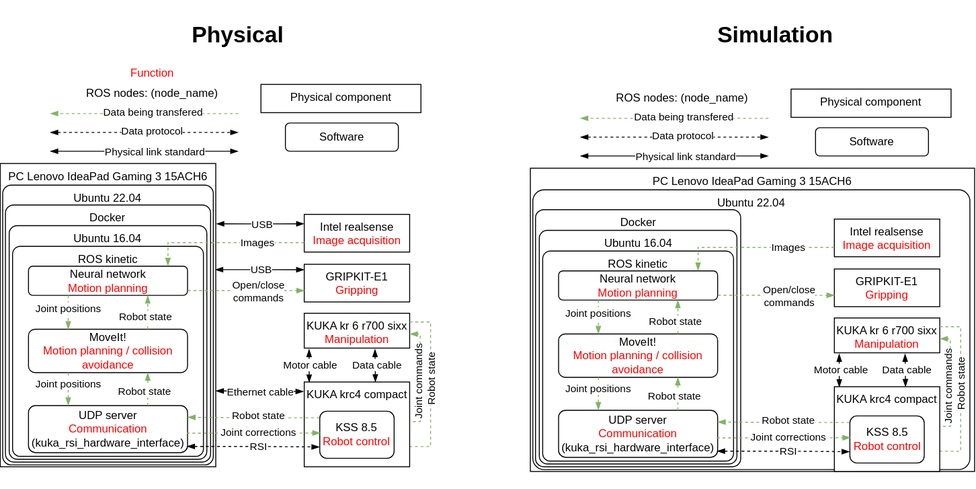
Above: system_architecture.drawio.svg in kasperfg16/p8_sewbot (draw.io), before the change. Source tidied: cells renumbered, new cells last; positions are measured from the earlier drawing's top-left corner, leaving out a move shared by most shapes.
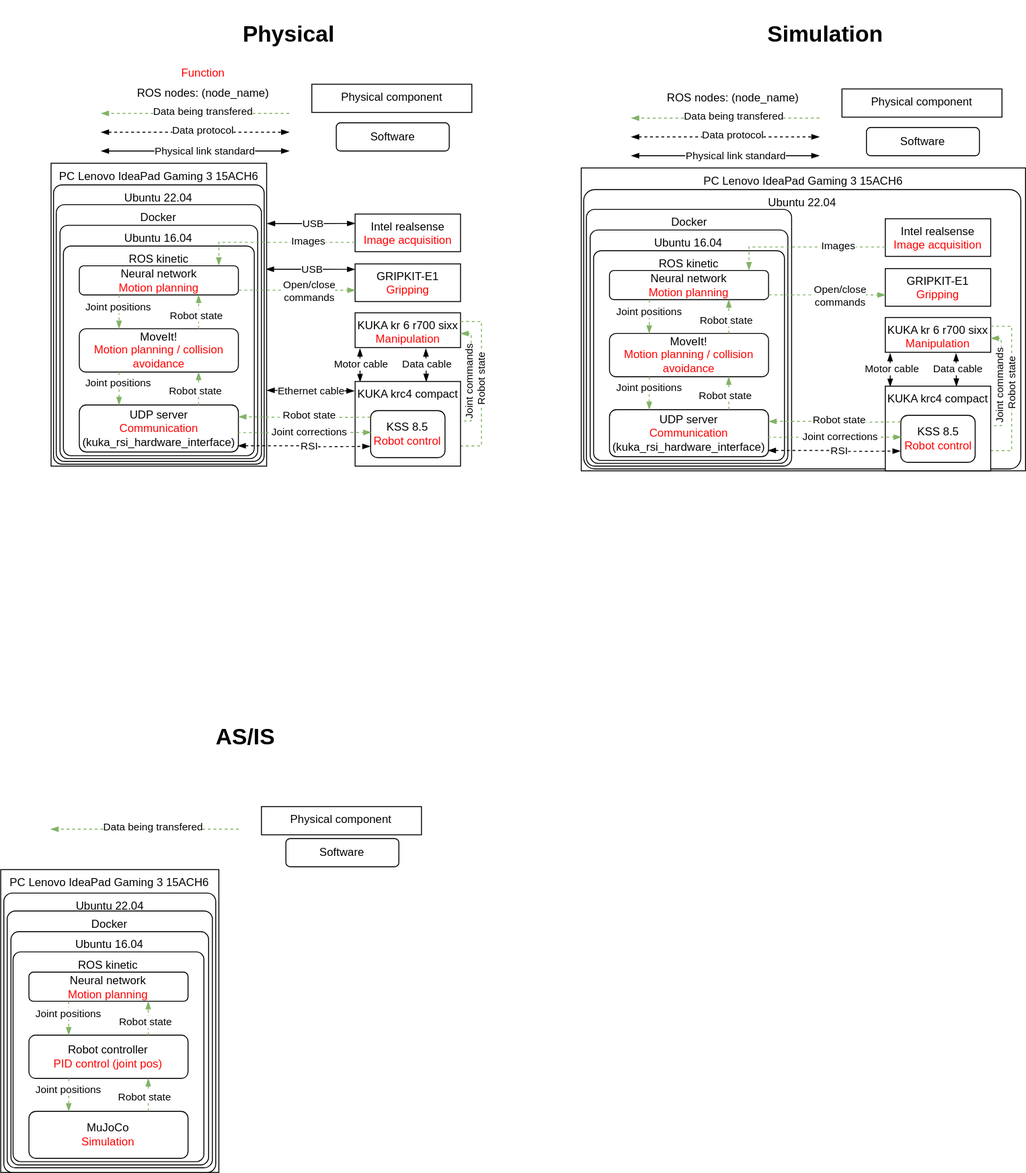
After the commit.

Change to the diagram source:
```diff
@@ -456,5 +456,84 @@
     <mxCell id="109" value="&lt;h1&gt;Simulation&lt;/h1&gt;" style="text;html=1;align=center;verticalAlign=middle;strokeColor=none;fillColor=none;" parent="1" vertex="1">
       <mxGeometry x="752" width="141" height="73" as="geometry" />
     </mxCell>
+    <mxCell id="110" value="PC&amp;nbsp;Lenovo IdeaPad Gaming 3 15ACH6" style="rounded=0;whiteSpace=wrap;html=1;verticalAlign=top;" parent="1" vertex="1">
+      <mxGeometry x="-53.7" y="924" width="231.7" height="322" as="geometry" />
+    </mxCell>
+    <mxCell id="111" value="Ubuntu 22.04" style="rounded=1;whiteSpace=wrap;html=1;verticalAlign=top;arcSize=4;" parent="1" vertex="1">
+      <mxGeometry x="-50.4" y="949" width="225.1" height="297" as="geometry" />
+    </mxCell>
+    <mxCell id="112" style="edgeStyle=orthogonalEdgeStyle;rounded=0;orthogonalLoop=1;jettySize=auto;html=1;exitX=0;exitY=0.25;exitDx=0;exitDy=0;dashed=1;endArrow=blockThin;endFill=1;startArrow=none;startFill=0;fillColor=#d5e8d4;strokeColor=#82b366;entryX=1;entryY=0.25;entryDx=0;entryDy=0;" parent="1" edge="1">
+      <mxGeometry relative="1" as="geometry">
+        <mxPoint x="199.3" y="881" as="sourcePoint" />
+        <mxPoint x="-0.7" y="881" as="targetPoint" />
+      </mxGeometry>
+    </mxCell>
+    <mxCell id="113" value="Data being transfered" style="edgeLabel;html=1;align=center;verticalAlign=middle;" parent="112" vertex="1">
+      <mxGeometry x="0.11" y="1" relative="1" as="geometry">
+        <mxPoint x="20" y="-3" as="offset" />
+      </mxGeometry>
+    </mxCell>
+    <mxCell id="114" style="group;" parent="1" vertex="1">
+      <mxGeometry x="223.3" y="857" width="170" height="30" as="geometry" />
+    </mxCell>
+    <mxCell id="115" value="Physical component" style="rounded=0;whiteSpace=wrap;html=1;verticalAlign=top;" parent="114" vertex="1">
+      <mxGeometry width="170" height="30" as="geometry" />
+    </mxCell>
+    <mxCell id="116" value="Software" style="rounded=1;whiteSpace=wrap;html=1;" parent="1" vertex="1">
+      <mxGeometry x="249.3" y="891" width="120" height="30" as="geometry" />
+    </mxCell>
+    <mxCell id="117" value="Docker" style="rounded=1;whiteSpace=wrap;html=1;verticalAlign=top;arcSize=4;" parent="1" vertex="1">
+      <mxGeometry x="-46.9" y="968" width="218" height="273" as="geometry" />
+    </mxCell>
+    <mxCell id="118" value="Ubuntu 16.04" style="rounded=1;whiteSpace=wrap;html=1;verticalAlign=top;arcSize=4;" parent="1" vertex="1">
+      <mxGeometry x="-42.9" y="990" width="210" height="248" as="geometry" />
+    </mxCell>
+    <mxCell id="119" value="ROS kinetic" style="rounded=1;whiteSpace=wrap;html=1;verticalAlign=top;arcSize=4;" parent="1" vertex="1">
+      <mxGeometry x="-40.6" y="1011.5" width="202.8" height="223" as="geometry" />
+    </mxCell>
+    <mxCell id="120" value="Neural network&lt;br&gt;&lt;font color=&quot;#ff0000&quot;&gt;Motion planning&lt;/font&gt;" style="rounded=1;whiteSpace=wrap;html=1;" parent="1" vertex="1">
+      <mxGeometry x="-23.7" y="1033" width="169" height="31" as="geometry" />
+    </mxCell>
+    <mxCell id="121" value="Robot controller&lt;br&gt;&lt;font color=&quot;#ff0000&quot;&gt;PID control (joint pos)&lt;/font&gt;" style="rounded=1;whiteSpace=wrap;html=1;" parent="1" vertex="1">
+      <mxGeometry x="-23.7" y="1100" width="169" height="46" as="geometry" />
+    </mxCell>
+    <mxCell id="122" value="MuJoCo&lt;br&gt;&lt;font color=&quot;#ff0000&quot;&gt;Simulation&lt;/font&gt;" style="rounded=1;whiteSpace=wrap;html=1;" parent="1" vertex="1">
+      <mxGeometry x="-23.7" y="1181" width="169" height="50" as="geometry" />
+    </mxCell>
+    <mxCell id="123" style="edgeStyle=orthogonalEdgeStyle;rounded=0;jettySize=auto;html=1;exitX=0.25;exitY=1;exitDx=0;exitDy=0;dashed=1;endArrow=blockThin;endFill=1;startArrow=none;startFill=0;fillColor=#d5e8d4;strokeColor=#82b366;entryX=0.25;entryY=0;entryDx=0;entryDy=0;" parent="1" edge="1" source="120" target="121">
+      <mxGeometry relative="1" as="geometry" />
+    </mxCell>
+    <mxCell id="124" value="Joint positions" style="edgeLabel;html=1;align=center;verticalAlign=middle;" parent="123" vertex="1">
+      <mxGeometry x="0.11" y="1" relative="1" as="geometry">
+        <mxPoint x="-2" y="-7" as="offset" />
+      </mxGeometry>
+    </mxCell>
+    <mxCell id="125" style="edgeStyle=orthogonalEdgeStyle;rounded=0;jettySize=auto;html=1;exitX=0.75;exitY=0;exitDx=0;exitDy=0;dashed=1;endArrow=blockThin;endFill=1;startArrow=none;startFill=0;fillColor=#d5e8d4;strokeColor=#82b366;entryX=0.75;entryY=1;entryDx=0;entryDy=0;" parent="1" edge="1" source="121" target="120">
+      <mxGeometry relative="1" as="geometry" />
+    </mxCell>
+    <mxCell id="126" value="Robot state" style="edgeLabel;html=1;align=center;verticalAlign=middle;" parent="125" vertex="1">
+      <mxGeometry x="0.11" y="1" relative="1" as="geometry">
+        <mxPoint x="-2" y="6" as="offset" />
+      </mxGeometry>
+    </mxCell>
+    <mxCell id="127" style="edgeStyle=orthogonalEdgeStyle;rounded=0;jettySize=auto;html=1;exitX=0.75;exitY=0;exitDx=0;exitDy=0;dashed=1;endArrow=blockThin;endFill=1;startArrow=none;startFill=0;fillColor=#d5e8d4;strokeColor=#82b366;entryX=0.75;entryY=1;entryDx=0;entryDy=0;" parent="1" edge="1" source="122" target="121">
+      <mxGeometry relative="1" as="geometry" />
+    </mxCell>
+    <mxCell id="128" value="Robot state" style="edgeLabel;html=1;align=center;verticalAlign=middle;" parent="127" vertex="1">
+      <mxGeometry x="0.11" y="1" relative="1" as="geometry">
+        <mxPoint x="-3" y="4" as="offset" />
+      </mxGeometry>
+    </mxCell>
+    <mxCell id="129" style="edgeStyle=orthogonalEdgeStyle;rounded=0;jettySize=auto;html=1;exitX=0.25;exitY=1;exitDx=0;exitDy=0;dashed=1;endArrow=blockThin;endFill=1;startArrow=none;startFill=0;fillColor=#d5e8d4;strokeColor=#82b366;entryX=0.25;entryY=0;entryDx=0;entryDy=0;" parent="1" edge="1" source="121" target="122">
+      <mxGeometry relative="1" as="geometry" />
+    </mxCell>
+    <mxCell id="130" value="Joint positions" style="edgeLabel;html=1;align=center;verticalAlign=middle;" parent="129" vertex="1">
+      <mxGeometry x="0.11" y="1" relative="1" as="geometry">
+        <mxPoint x="-2" y="-8" as="offset" />
+      </mxGeometry>
+    </mxCell>
+    <mxCell id="131" value="&lt;h1&gt;AS/IS&lt;/h1&gt;" style="text;html=1;align=center;verticalAlign=middle;strokeColor=none;fillColor=none;" parent="1" vertex="1">
+      <mxGeometry x="165.3" y="746" width="81" height="73" as="geometry" />
+    </mxCell>
   </root>
 </mxGraphModel>
```
